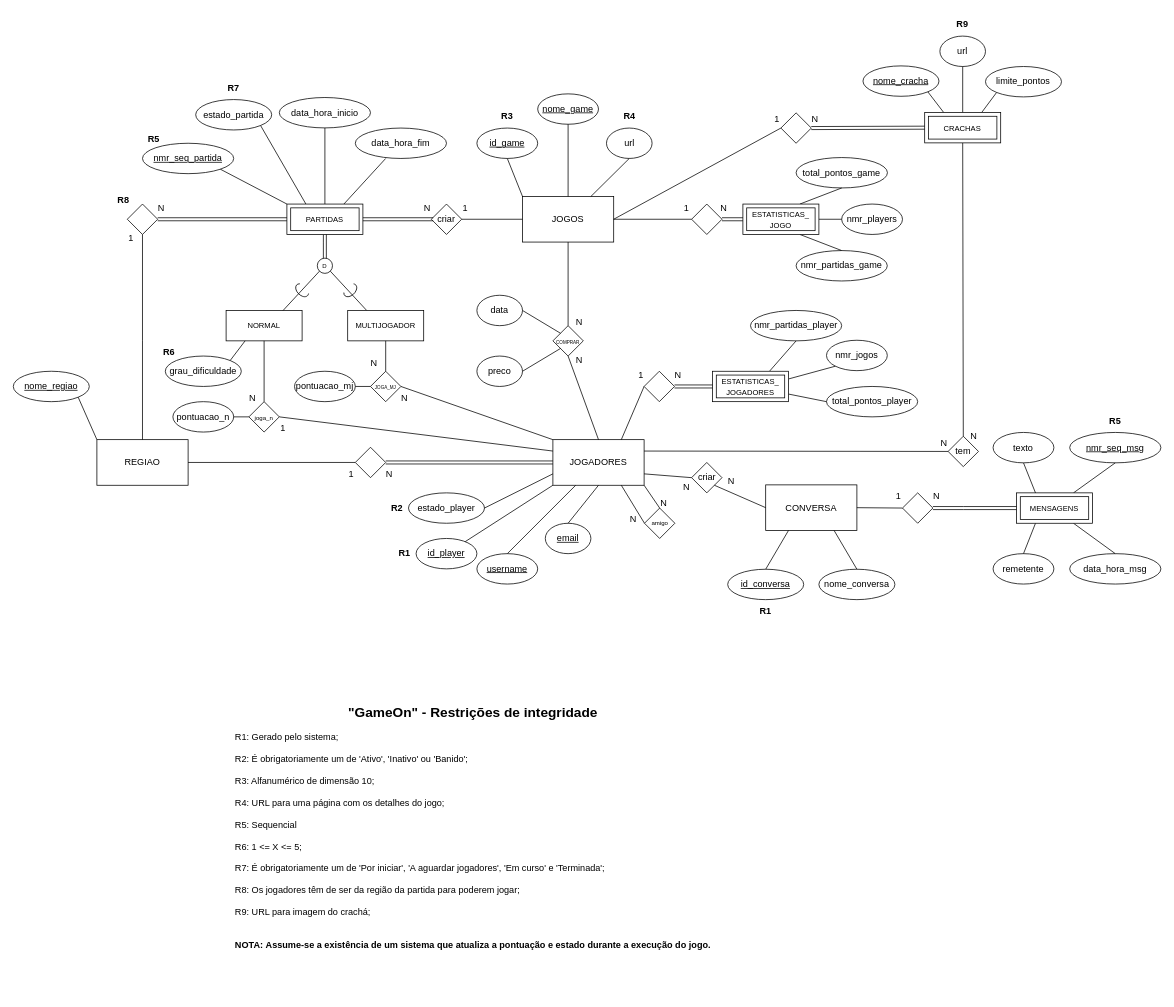
TiagoNeves9/SisInf-SV2223-G9 keeps this draw.io diagram as Docs/ModeloEAG9.drawio. Above is the earlier version. Source tidied: cells renumbered, new cells numbered last; positions are measured from the earlier drawing's top-left corner, leaving out a move shared by most shapes. Both pictures are drawn from the tidied source at 76%, with x=0, y=0 at pixel (13, 13).
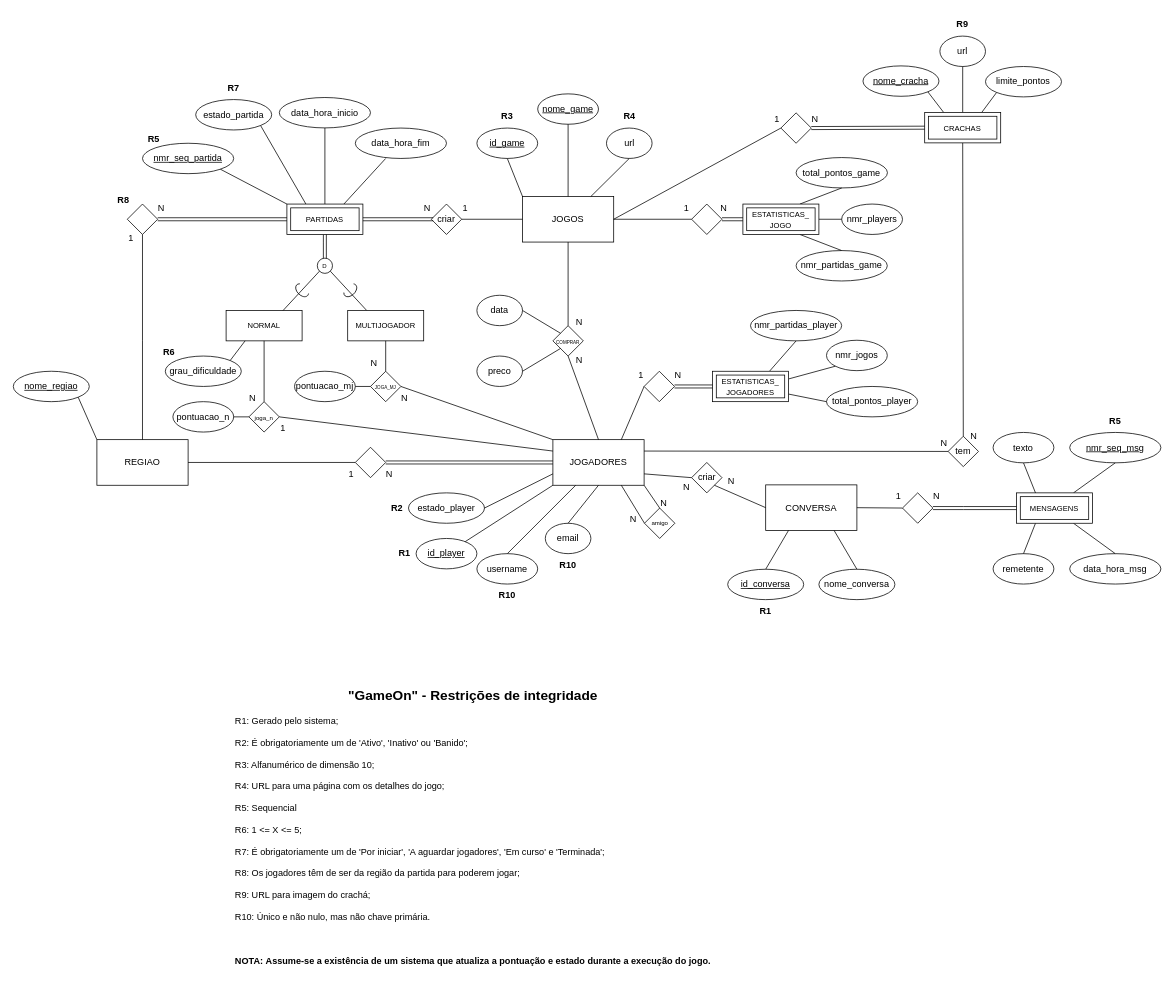
Above is the later version.

Commit message (it also covers changes not shown here):
Alteração: email e username não são mais primary keys

Change to the diagram source:
```diff
@@
-    <mxCell id="5" value="&lt;u&gt;username&lt;/u&gt;" style="ellipse;whiteSpace=wrap;html=1;" parent="1" vertex="1">
+    <mxCell id="5" value="username" style="ellipse;whiteSpace=wrap;html=1;" parent="1" vertex="1">
       <mxGeometry x="610" y="711" width="80" height="40" as="geometry" />
     </mxCell>
-    <mxCell id="6" value="&lt;u&gt;email&lt;/u&gt;" style="ellipse;whiteSpace=wrap;html=1;" parent="1" vertex="1">
+    <mxCell id="6" value="email" style="ellipse;whiteSpace=wrap;html=1;" parent="1" vertex="1">
       <mxGeometry x="700" y="671" width="60" height="40" as="geometry" />
     </mxCell>
@@
-    <mxCell id="88" value="&lt;div style=&quot;text-align: center;&quot;&gt;&lt;b style=&quot;background-color: initial;&quot;&gt;&lt;font style=&quot;font-size: 18px;&quot;&gt;&quot;GameOn&quot; - Restrições de integridade&lt;/font&gt;&lt;/b&gt;&lt;/div&gt;&lt;br&gt;R1: Gerado pelo sistema;&lt;br&gt;&lt;br&gt;R2: É obrigatoriamente um de 'Ativo', 'Inativo' ou 'Banido';&lt;br&gt;&lt;br&gt;R3: Alfanumérico de dimensão 10;&lt;br&gt;&lt;br&gt;R4: URL para uma página com os detalhes do jogo;&lt;br&gt;&lt;br&gt;R5: Sequencial&lt;br&gt;&lt;br&gt;R6: 1 &amp;lt;= X &amp;lt;= 5;&lt;br&gt;&lt;br&gt;R7: É obrigatoriamente um de 'Por iniciar', 'A aguardar jogadores', 'Em curso' e 'Terminada';&lt;br&gt;&lt;br&gt;R8: Os jogadores têm de ser da região da partida para poderem jogar;&lt;br&gt;&lt;br&gt;R9: URL para imagem do crachá;&lt;br&gt;&lt;br&gt;&lt;br&gt;&lt;b&gt;NOTA:&amp;nbsp;Assume-se a existência de um sistema&amp;nbsp;&lt;span style=&quot;background-color: initial;&quot;&gt;que atualiza a pontuação e estado durante a execução do jogo.&lt;/span&gt;&lt;/b&gt;" style="text;html=1;strokeColor=none;fillColor=none;align=left;verticalAlign=middle;whiteSpace=wrap;rounded=0;fontSize=12;" parent="1" vertex="1">
+    <mxCell id="88" value="&lt;div style=&quot;text-align: center;&quot;&gt;&lt;b style=&quot;background-color: initial;&quot;&gt;&lt;font style=&quot;font-size: 18px;&quot;&gt;&quot;GameOn&quot; - Restrições de integridade&lt;/font&gt;&lt;/b&gt;&lt;/div&gt;&lt;br&gt;R1: Gerado pelo sistema;&lt;br&gt;&lt;br&gt;R2: É obrigatoriamente um de 'Ativo', 'Inativo' ou 'Banido';&lt;br&gt;&lt;br&gt;R3: Alfanumérico de dimensão 10;&lt;br&gt;&lt;br&gt;R4: URL para uma página com os detalhes do jogo;&lt;br&gt;&lt;br&gt;R5: Sequencial&lt;br&gt;&lt;br&gt;R6: 1 &amp;lt;= X &amp;lt;= 5;&lt;br&gt;&lt;br&gt;R7: É obrigatoriamente um de 'Por iniciar', 'A aguardar jogadores', 'Em curso' e 'Terminada';&lt;br&gt;&lt;br&gt;R8: Os jogadores têm de ser da região da partida para poderem jogar;&lt;br&gt;&lt;br&gt;R9: URL para imagem do crachá;&lt;br&gt;&lt;br&gt;R10: Único e não nulo, mas não chave primária.&lt;br&gt;&lt;br&gt;&lt;br&gt;&lt;br&gt;&lt;b&gt;NOTA:&amp;nbsp;Assume-se a existência de um sistema&amp;nbsp;&lt;span style=&quot;background-color: initial;&quot;&gt;que atualiza a pontuação e estado durante a execução do jogo.&lt;/span&gt;&lt;/b&gt;" style="text;html=1;strokeColor=none;fillColor=none;align=left;verticalAlign=middle;whiteSpace=wrap;rounded=0;fontSize=12;" parent="1" vertex="1">
       <mxGeometry x="290" y="851" width="640" height="440" as="geometry" />
     </mxCell>
@@
+    <mxCell id="163" value="&lt;font style=&quot;font-size: 12px;&quot;&gt;R10&lt;/font&gt;" style="text;html=1;strokeColor=none;fillColor=none;align=center;verticalAlign=middle;whiteSpace=wrap;rounded=0;fontSize=8;fontStyle=1;" parent="1" vertex="1">
+      <mxGeometry x="635" y="751" width="30" height="30" as="geometry" />
+    </mxCell>
+    <mxCell id="164" value="&lt;font style=&quot;font-size: 12px;&quot;&gt;R10&lt;/font&gt;" style="text;html=1;strokeColor=none;fillColor=none;align=center;verticalAlign=middle;whiteSpace=wrap;rounded=0;fontSize=8;fontStyle=1;" parent="1" vertex="1">
+      <mxGeometry x="715" y="711" width="30" height="30" as="geometry" />
+    </mxCell>
```
